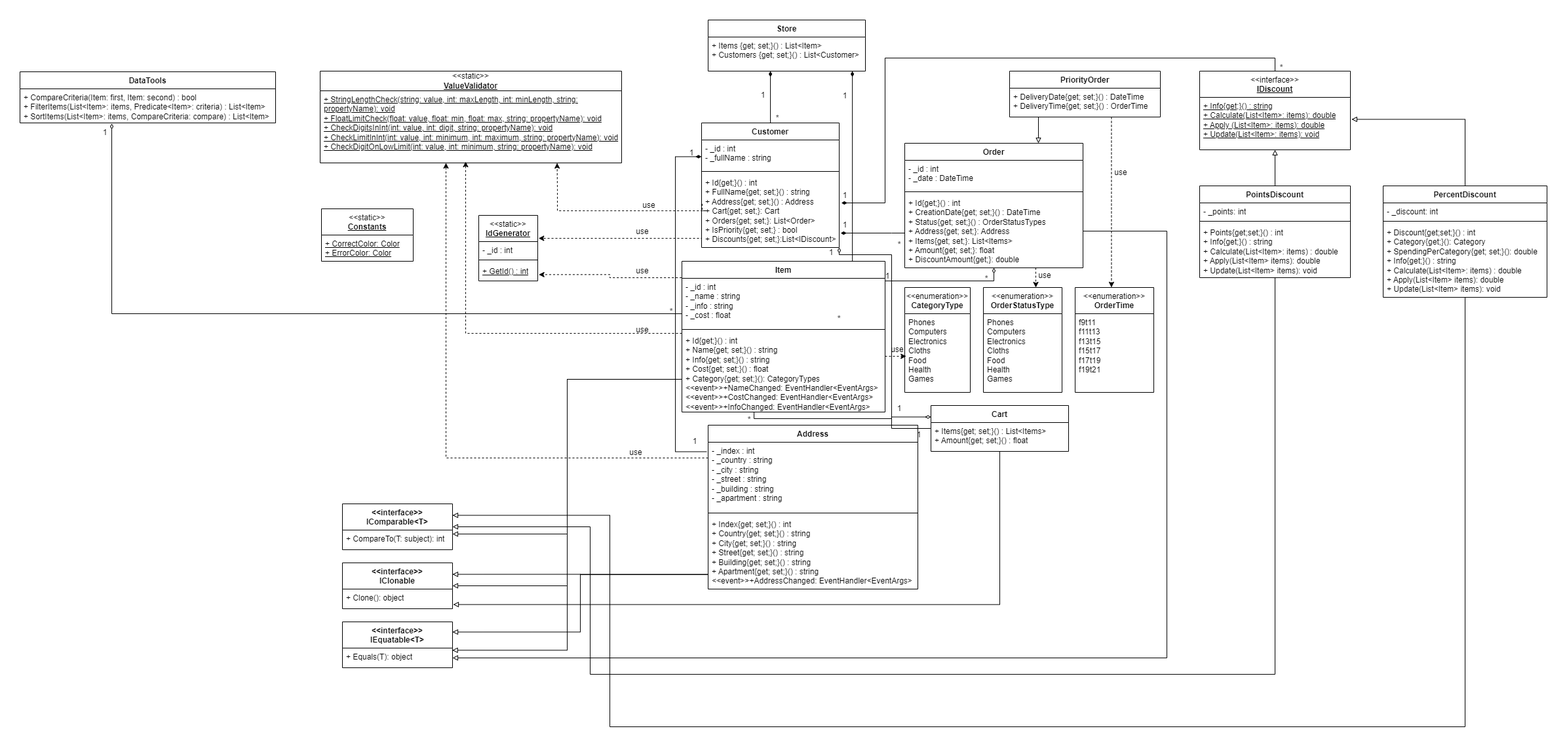
Before: oop-winform/Diagram.drawio.png, a diagram exported from draw.io (antoniocra04/oop-winform). Source tidied: cells renumbered, new cells last; positions are measured from the earlier drawing's top-left corner, leaving out a move shared by most shapes.
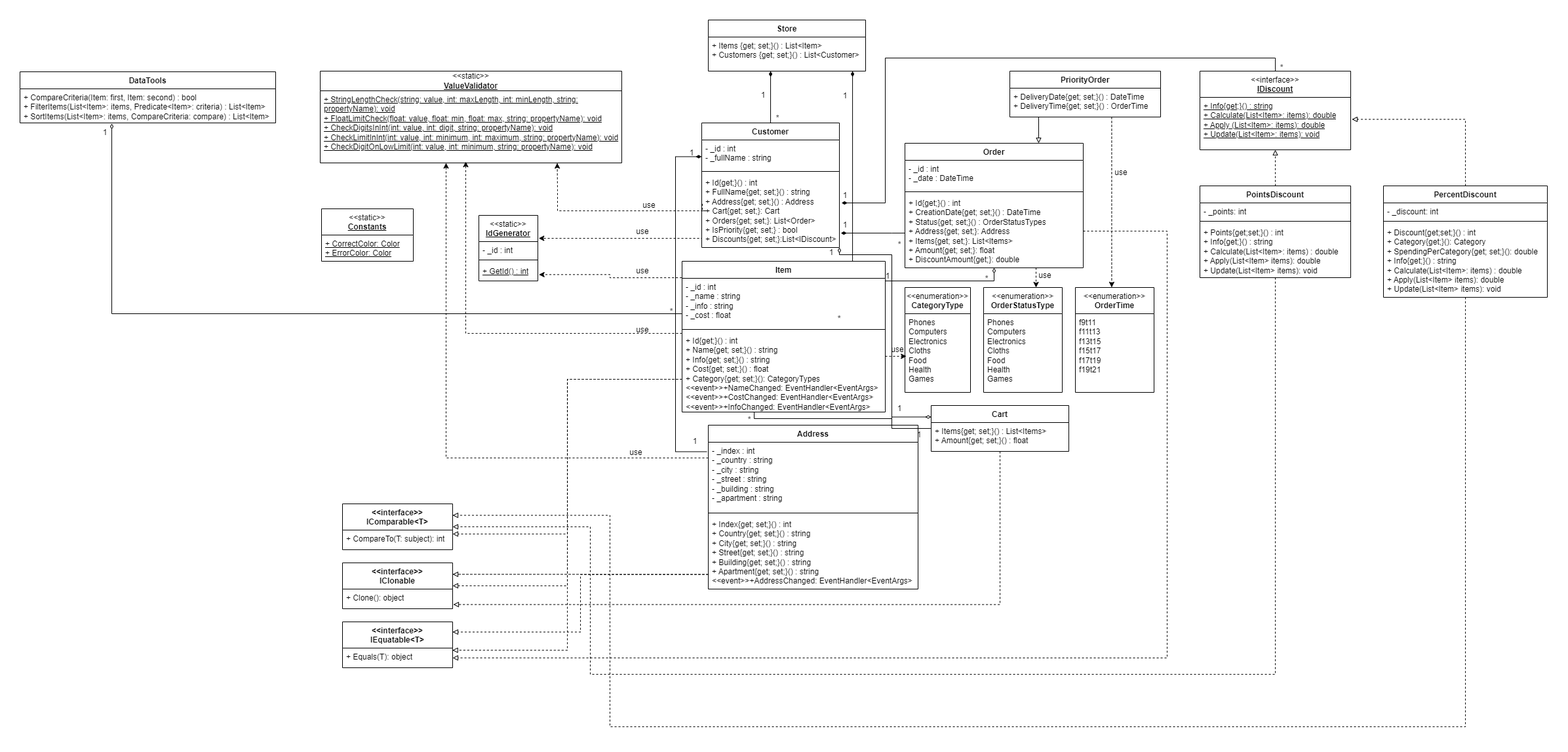
Above is the later version.

Commit message:
fix(diagram): исправлены замечания

The edit, as a diff of the source:
```diff
@@ -14,7 +14,7 @@
     <mxCell id="5" value="+ Id{get;}() : int&lt;br&gt;+ FullName{get; set;}() : string&lt;br&gt;+ Address{get; set;}() : Address&lt;div&gt;+ Cart{get; set;}: Cart&lt;/div&gt;&lt;div&gt;+ Orders{get; set;}: List&amp;lt;Order&amp;gt;&lt;/div&gt;&lt;div&gt;+ IsPriority{get; set;} : bool&lt;br&gt;&lt;/div&gt;&lt;div&gt;+ Discounts{get; set;}:List&amp;lt;IDiscount&amp;gt;&lt;/div&gt;" style="text;strokeColor=none;fillColor=none;align=left;verticalAlign=top;spacingLeft=4;spacingRight=4;overflow=hidden;points=[[0,0.5],[1,0.5]];portConstraint=eastwest;whiteSpace=wrap;html=1;" parent="2" vertex="1">
       <mxGeometry y="78" width="210" height="112" as="geometry" />
     </mxCell>
-    <mxCell id="6" style="edgeStyle=orthogonalEdgeStyle;rounded=0;jettySize=auto;html=1;entryX=1;entryY=0.5;entryDx=0;entryDy=0;endArrow=block;endFill=0;" parent="1" edge="1" source="7" target="97">
+    <mxCell id="6" style="edgeStyle=orthogonalEdgeStyle;rounded=0;jettySize=auto;html=1;entryX=1;entryY=0.5;entryDx=0;entryDy=0;endArrow=block;endFill=0;dashed=1;" parent="1" edge="1" source="7" target="97">
       <mxGeometry relative="1" as="geometry">
         <Array as="points">
           <mxPoint x="835" y="548" />
@@ -91,7 +91,7 @@
     <mxCell id="23" value="use" style="text;html=1;align=center;verticalAlign=middle;whiteSpace=wrap;rounded=0;" parent="1" vertex="1">
       <mxGeometry x="930" y="268" width="60" height="30" as="geometry" />
     </mxCell>
-    <mxCell id="24" style="edgeStyle=orthogonalEdgeStyle;rounded=0;jettySize=auto;html=1;entryX=1;entryY=0.25;entryDx=0;entryDy=0;endArrow=block;endFill=0;" parent="1" edge="1" source="25" target="97">
+    <mxCell id="24" style="edgeStyle=orthogonalEdgeStyle;rounded=0;jettySize=auto;html=1;entryX=1;entryY=0.25;entryDx=0;entryDy=0;endArrow=block;endFill=0;dashed=1;" parent="1" edge="1" source="25" target="97">
       <mxGeometry relative="1" as="geometry">
         <Array as="points">
           <mxPoint x="855" y="846" />
@@ -317,7 +317,7 @@
     <mxCell id="79" value="&lt;u&gt;+ Info{get;}() : string&lt;/u&gt;&lt;div&gt;&lt;u&gt;+ Calculate(List&amp;lt;Item&amp;gt;: items): double&lt;br&gt;&lt;/u&gt;&lt;div&gt;&lt;u&gt;+ Apply (List&amp;lt;Item&amp;gt;: items): double&lt;/u&gt;&lt;/div&gt;&lt;/div&gt;&lt;div&gt;&lt;u&gt;+ Update(List&amp;lt;Item&amp;gt;: items): void&lt;/u&gt;&lt;/div&gt;" style="text;strokeColor=none;fillColor=none;align=left;verticalAlign=top;spacingLeft=4;spacingRight=4;overflow=hidden;points=[[0,0.5],[1,0.5]];portConstraint=eastwest;whiteSpace=wrap;html=1;" parent="78" vertex="1">
       <mxGeometry y="40" width="230" height="80" as="geometry" />
     </mxCell>
-    <mxCell id="80" style="edgeStyle=orthogonalEdgeStyle;rounded=0;jettySize=auto;html=1;entryX=1;entryY=0.5;entryDx=0;entryDy=0;endArrow=block;endFill=0;" parent="1" edge="1" source="81" target="95">
+    <mxCell id="80" style="edgeStyle=orthogonalEdgeStyle;rounded=0;jettySize=auto;html=1;entryX=1;entryY=0.5;entryDx=0;entryDy=0;endArrow=block;endFill=0;dashed=1;" parent="1" edge="1" source="81" target="95">
       <mxGeometry relative="1" as="geometry">
         <Array as="points">
           <mxPoint x="1915" y="998" />
@@ -338,10 +338,10 @@
     <mxCell id="84" value="+ Points{get;set;}() : int&lt;br&gt;+ Info{get;}() : string&lt;br&gt;+ Calculate(List&amp;lt;Item&amp;gt;: items) : double&lt;div&gt;+ Apply(List&amp;lt;Item&amp;gt; items): double&lt;/div&gt;&lt;div&gt;+ Update(List&amp;lt;Item&amp;gt; items): void&lt;/div&gt;" style="text;strokeColor=none;fillColor=none;align=left;verticalAlign=top;spacingLeft=4;spacingRight=4;overflow=hidden;whiteSpace=wrap;html=1;" parent="81" vertex="1">
       <mxGeometry y="58" width="230" height="82" as="geometry" />
     </mxCell>
-    <mxCell id="85" style="edgeStyle=orthogonalEdgeStyle;rounded=0;jettySize=auto;html=1;entryX=0.5;entryY=1;entryDx=0;entryDy=0;entryPerimeter=0;endArrow=block;endFill=0;" parent="1" edge="1" source="81" target="79">
+    <mxCell id="85" style="edgeStyle=orthogonalEdgeStyle;rounded=0;jettySize=auto;html=1;entryX=0.5;entryY=1;entryDx=0;entryDy=0;entryPerimeter=0;endArrow=block;endFill=0;dashed=1;" parent="1" edge="1" source="81" target="79">
       <mxGeometry relative="1" as="geometry" />
     </mxCell>
-    <mxCell id="86" style="edgeStyle=orthogonalEdgeStyle;rounded=0;jettySize=auto;html=1;entryX=1;entryY=0.25;entryDx=0;entryDy=0;endArrow=block;endFill=0;" parent="1" edge="1" source="87" target="95">
+    <mxCell id="86" style="edgeStyle=orthogonalEdgeStyle;rounded=0;jettySize=auto;html=1;entryX=1;entryY=0.25;entryDx=0;entryDy=0;endArrow=block;endFill=0;dashed=1;" parent="1" edge="1" source="87" target="95">
       <mxGeometry relative="1" as="geometry">
         <Array as="points">
           <mxPoint x="2205" y="1078" />
@@ -362,7 +362,7 @@
     <mxCell id="90" value="+ Discount{get;set;}() : int&lt;div&gt;+ Category{get;}(): Category&lt;/div&gt;&lt;div&gt;+ SpendingPerCategory{get; set;}(): double&lt;br&gt;+ Info{get;}() : string&lt;br&gt;+ Calculate(List&amp;lt;Item&amp;gt;: items) : double&lt;div&gt;+ Apply(List&amp;lt;Item&amp;gt; items): double&lt;/div&gt;&lt;div&gt;+ Update(List&amp;lt;Item&amp;gt; items): void&lt;/div&gt;&lt;/div&gt;" style="text;strokeColor=none;fillColor=none;align=left;verticalAlign=top;spacingLeft=4;spacingRight=4;overflow=hidden;whiteSpace=wrap;html=1;" parent="87" vertex="1">
       <mxGeometry y="58" width="250" height="112" as="geometry" />
     </mxCell>
-    <mxCell id="91" style="edgeStyle=orthogonalEdgeStyle;rounded=0;jettySize=auto;html=1;entryX=1.008;entryY=0.419;entryDx=0;entryDy=0;entryPerimeter=0;endArrow=block;endFill=0;" parent="1" edge="1" source="87" target="79">
+    <mxCell id="91" style="edgeStyle=orthogonalEdgeStyle;rounded=0;jettySize=auto;html=1;entryX=1.008;entryY=0.419;entryDx=0;entryDy=0;entryPerimeter=0;endArrow=block;endFill=0;dashed=1;" parent="1" edge="1" source="87" target="79">
       <mxGeometry relative="1" as="geometry" />
     </mxCell>
     <mxCell id="92" style="edgeStyle=orthogonalEdgeStyle;rounded=0;jettySize=auto;html=1;entryX=1.016;entryY=0.393;entryDx=0;entryDy=0;entryPerimeter=0;endArrow=diamondThin;endFill=1;" parent="1" edge="1" source="78" target="5">
@@ -398,7 +398,7 @@
     <mxCell id="100" value="+ Equals(T): object" style="text;strokeColor=none;fillColor=none;align=left;verticalAlign=top;spacingLeft=4;spacingRight=4;overflow=hidden;points=[[0,0.5],[1,0.5]];portConstraint=eastwest;whiteSpace=wrap;html=1;" parent="99" vertex="1">
       <mxGeometry y="40" width="168" height="30" as="geometry" />
     </mxCell>
-    <mxCell id="101" style="edgeStyle=orthogonalEdgeStyle;rounded=0;jettySize=auto;html=1;endArrow=block;endFill=0;" parent="1" edge="1" source="10" target="96">
+    <mxCell id="101" style="edgeStyle=orthogonalEdgeStyle;rounded=0;jettySize=auto;html=1;endArrow=block;endFill=0;dashed=1;" parent="1" edge="1" source="10" target="96">
       <mxGeometry relative="1" as="geometry">
         <Array as="points">
           <mxPoint x="835" y="548" />
@@ -406,7 +406,7 @@
         </Array>
       </mxGeometry>
     </mxCell>
-    <mxCell id="102" style="edgeStyle=orthogonalEdgeStyle;rounded=0;jettySize=auto;html=1;entryX=0.998;entryY=0.109;entryDx=0;entryDy=0;entryPerimeter=0;endArrow=block;endFill=0;" parent="1" edge="1" source="10" target="100">
+    <mxCell id="102" style="edgeStyle=orthogonalEdgeStyle;rounded=0;jettySize=auto;html=1;entryX=0.998;entryY=0.109;entryDx=0;entryDy=0;entryPerimeter=0;endArrow=block;endFill=0;dashed=1;" parent="1" edge="1" source="10" target="100">
       <mxGeometry relative="1" as="geometry">
         <Array as="points">
           <mxPoint x="835" y="548" />
@@ -414,14 +414,14 @@
         </Array>
       </mxGeometry>
     </mxCell>
-    <mxCell id="103" style="edgeStyle=orthogonalEdgeStyle;rounded=0;jettySize=auto;html=1;entryX=1.006;entryY=0.786;entryDx=0;entryDy=0;entryPerimeter=0;endArrow=block;endFill=0;" parent="1" edge="1" source="45" target="98">
+    <mxCell id="103" style="edgeStyle=orthogonalEdgeStyle;rounded=0;jettySize=auto;html=1;entryX=1.006;entryY=0.786;entryDx=0;entryDy=0;entryPerimeter=0;endArrow=block;endFill=0;dashed=1;" parent="1" edge="1" source="45" target="98">
       <mxGeometry relative="1" as="geometry">
         <Array as="points">
           <mxPoint x="1495" y="892" />
         </Array>
       </mxGeometry>
     </mxCell>
-    <mxCell id="104" style="edgeStyle=orthogonalEdgeStyle;rounded=0;orthogonalLoop=1;jettySize=auto;html=1;entryX=1;entryY=0.25;entryDx=0;entryDy=0;endArrow=block;endFill=0;" parent="1" edge="1">
+    <mxCell id="104" style="edgeStyle=orthogonalEdgeStyle;rounded=0;orthogonalLoop=1;jettySize=auto;html=1;entryX=1;entryY=0.25;entryDx=0;entryDy=0;endArrow=block;endFill=0;dashed=1;" parent="1" edge="1">
       <mxGeometry relative="1" as="geometry">
         <mxPoint x="1050" y="846" as="sourcePoint" />
         <mxPoint x="660" y="933.5" as="targetPoint" />
@@ -431,7 +431,7 @@
         </Array>
       </mxGeometry>
     </mxCell>
-    <mxCell id="105" style="edgeStyle=orthogonalEdgeStyle;rounded=0;jettySize=auto;html=1;entryX=1;entryY=0.5;entryDx=0;entryDy=0;endArrow=block;endFill=0;" parent="1" edge="1" source="49" target="100">
+    <mxCell id="105" style="edgeStyle=orthogonalEdgeStyle;rounded=0;jettySize=auto;html=1;entryX=1;entryY=0.5;entryDx=0;entryDy=0;endArrow=block;endFill=0;dashed=1;" parent="1" edge="1" source="49" target="100">
       <mxGeometry relative="1" as="geometry">
         <Array as="points">
           <mxPoint x="1750" y="322" />
```
